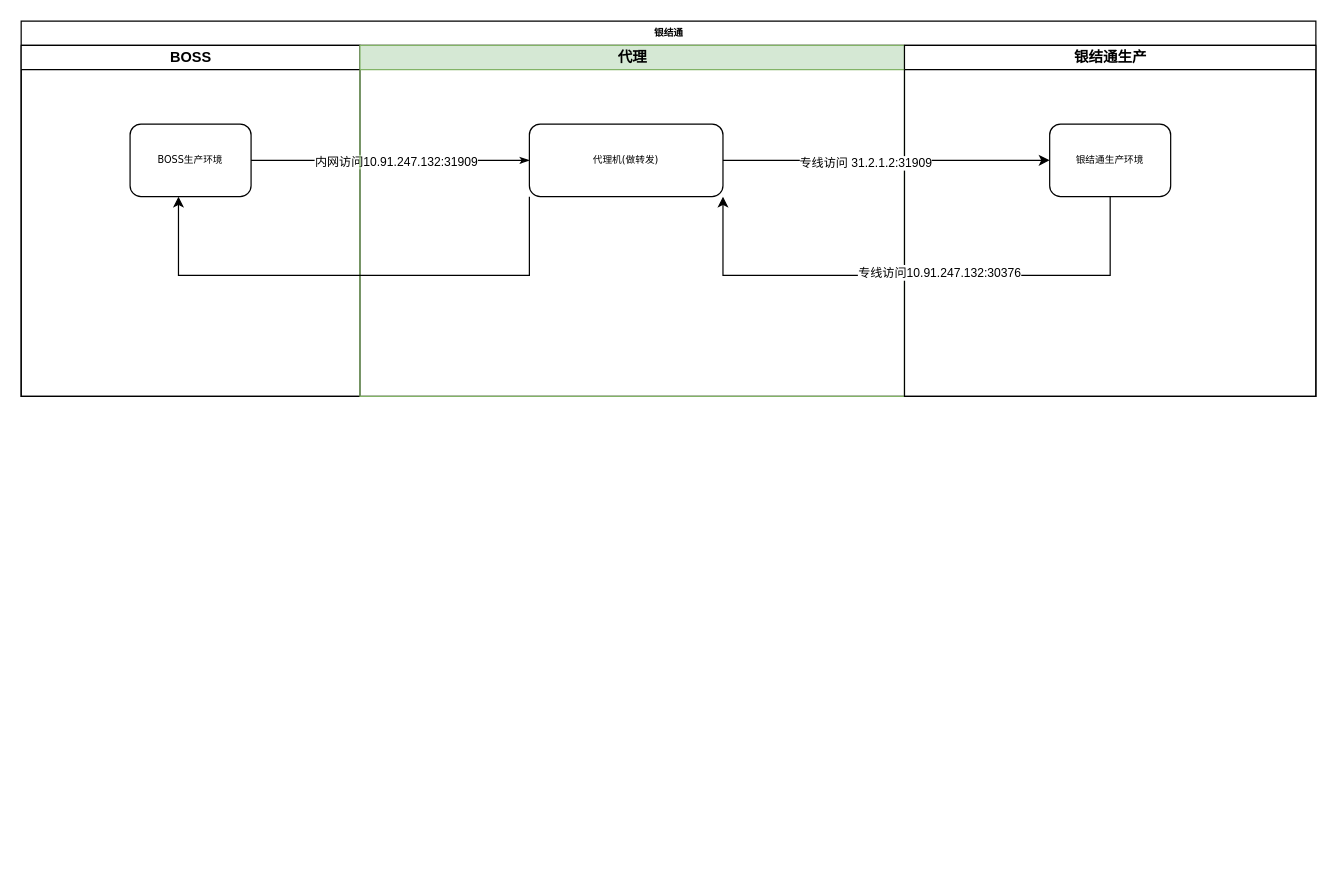
Before: 银结通.drawio in GitbookIO/gitbook, a draw.io diagram. Source tidied: cells renumbered, new cells numbered last; positions are measured from the earlier drawing's top-left corner, leaving out a move shared by most shapes. Both pictures are drawn from the tidied source at 121%, with x=0, y=0 at pixel (21, 21).
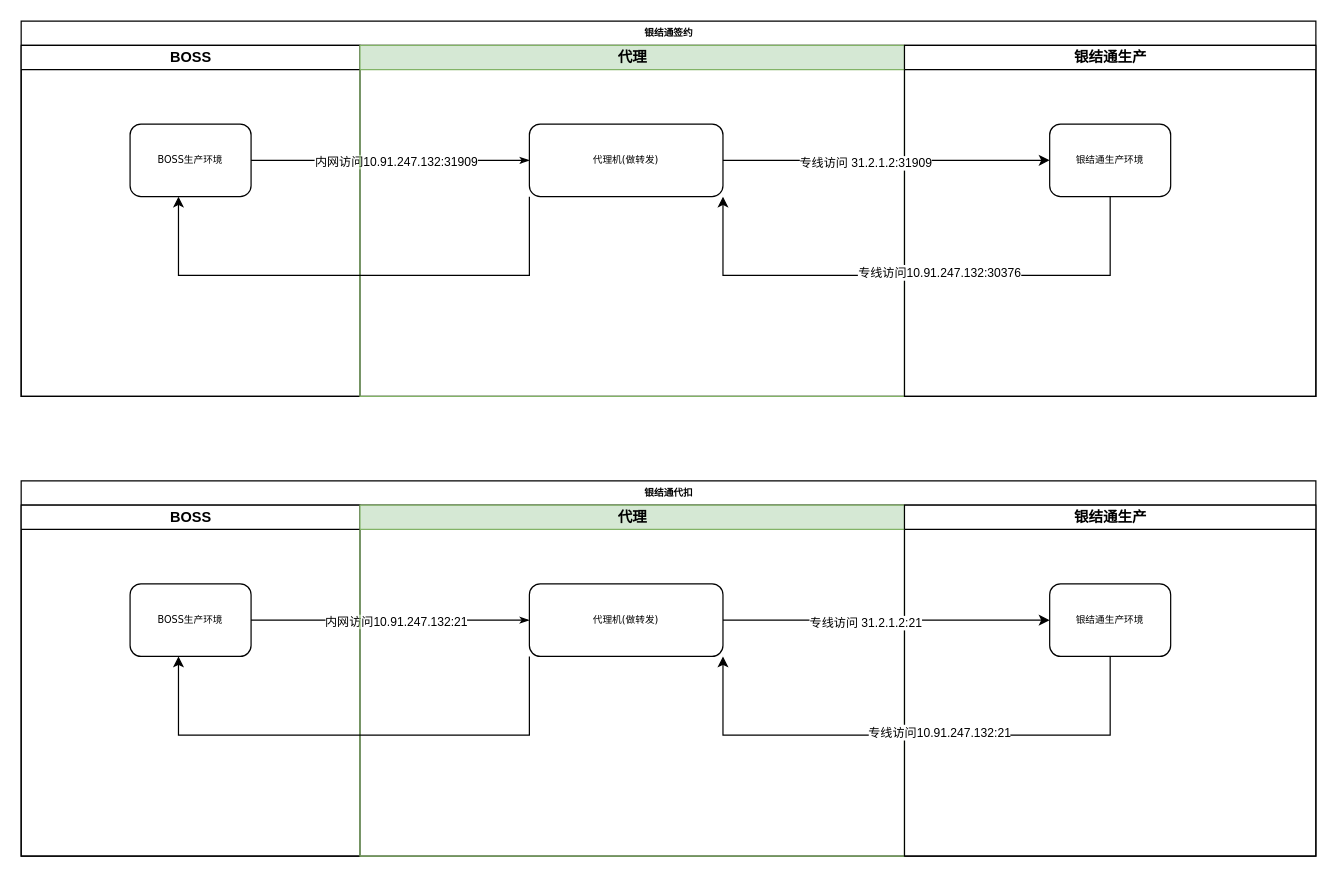
Above is the later version.

Commit message:
更新银结通.drawio

The edit, as a diff of the source:
```diff
@@
-    <mxCell id="2" value="银结通" style="swimlane;html=1;startSize=20;rounded=0;shadow=0;labelBackgroundColor=none;strokeWidth=1;fontFamily=Verdana;fontSize=8;align=center;" parent="1" vertex="1">
+    <mxCell id="2" value="银结通签约" style="swimlane;html=1;startSize=20;rounded=0;shadow=0;labelBackgroundColor=none;strokeWidth=1;fontFamily=Verdana;fontSize=8;align=center;" parent="1" vertex="1">
       <mxGeometry width="1070" height="310" as="geometry" />
     </mxCell>
@@
+    <mxCell id="17" value="银结通代扣" style="swimlane;html=1;startSize=20;rounded=0;shadow=0;labelBackgroundColor=none;strokeWidth=1;fontFamily=Verdana;fontSize=8;align=center;" parent="1" vertex="1">
+      <mxGeometry y="380" width="1070" height="310" as="geometry" />
+    </mxCell>
+    <mxCell id="18" value="BOSS" style="swimlane;html=1;startSize=20;" parent="17" vertex="1">
+      <mxGeometry y="20" width="280" height="290" as="geometry" />
+    </mxCell>
+    <mxCell id="19" value="BOSS生产环境" style="rounded=1;whiteSpace=wrap;html=1;shadow=0;labelBackgroundColor=none;strokeWidth=1;fontFamily=Verdana;fontSize=8;align=center;" parent="18" vertex="1">
+      <mxGeometry x="90" y="65" width="100" height="60" as="geometry" />
+    </mxCell>
+    <mxCell id="20" style="edgeStyle=orthogonalEdgeStyle;rounded=1;html=1;labelBackgroundColor=none;startArrow=none;startFill=0;startSize=5;endArrow=classicThin;endFill=1;endSize=5;jettySize=auto;strokeWidth=1;fontFamily=Verdana;fontSize=8;" parent="17" edge="1" source="19" target="23">
+      <mxGeometry relative="1" as="geometry" />
+    </mxCell>
+    <mxCell id="21" value="内网访问10.91.247.132:21" style="edgeLabel;html=1;align=center;verticalAlign=middle;fontSize=10;" parent="20" vertex="1">
+      <mxGeometry x="0.18" y="1" relative="1" as="geometry">
+        <mxPoint x="-17" y="1" as="offset" />
+      </mxGeometry>
+    </mxCell>
+    <mxCell id="22" value="代理" style="swimlane;html=1;startSize=20;fillColor=#d5e8d4;strokeColor=#82b366;" parent="17" vertex="1">
+      <mxGeometry x="280" y="20" width="450" height="290" as="geometry" />
+    </mxCell>
+    <mxCell id="23" value="代理机(做转发)" style="rounded=1;whiteSpace=wrap;html=1;shadow=0;labelBackgroundColor=none;strokeWidth=1;fontFamily=Verdana;fontSize=8;align=center;" parent="22" vertex="1">
+      <mxGeometry x="140" y="65" width="160" height="60" as="geometry" />
+    </mxCell>
+    <mxCell id="24" style="endArrow=classic;html=1;rounded=0;exitX=0;exitY=1;exitDx=0;exitDy=0;" parent="22" edge="1" source="23">
+      <mxGeometry relative="1" as="geometry">
+        <mxPoint x="-150" y="125" as="targetPoint" />
+        <Array as="points">
+          <mxPoint x="140" y="190" />
+          <mxPoint x="-150" y="190" />
+        </Array>
+      </mxGeometry>
+    </mxCell>
+    <mxCell id="25" value="银结通生产" style="swimlane;html=1;startSize=20;" parent="17" vertex="1">
+      <mxGeometry x="730" y="20" width="340" height="290" as="geometry" />
+    </mxCell>
+    <mxCell id="26" value="银结通生产环境" style="rounded=1;whiteSpace=wrap;html=1;shadow=0;labelBackgroundColor=none;strokeWidth=1;fontFamily=Verdana;fontSize=8;align=center;" parent="25" vertex="1">
+      <mxGeometry x="120" y="65" width="100" height="60" as="geometry" />
+    </mxCell>
+    <mxCell id="27" style="endArrow=classic;html=1;rounded=0;fontSize=10;entryX=0;entryY=0.5;entryDx=0;entryDy=0;exitX=1;exitY=0.5;exitDx=0;exitDy=0;" parent="17" edge="1" source="23" target="26">
+      <mxGeometry relative="1" as="geometry" />
+    </mxCell>
+    <mxCell id="28" value="专线访问 31.2.1.2:21" style="edgeLabel;html=1;align=center;verticalAlign=middle;fontSize=10;" parent="27" vertex="1">
+      <mxGeometry x="-0.13" y="-1" relative="1" as="geometry" />
+    </mxCell>
+    <mxCell id="29" style="endArrow=classic;html=1;rounded=0;entryX=1;entryY=1;entryDx=0;entryDy=0;exitX=0.5;exitY=1;exitDx=0;exitDy=0;" parent="17" edge="1" source="26" target="23">
+      <mxGeometry relative="1" as="geometry">
+        <Array as="points">
+          <mxPoint x="900" y="210" />
+          <mxPoint x="580" y="210" />
+        </Array>
+      </mxGeometry>
+    </mxCell>
+    <mxCell id="30" style="edgeLabel;html=1;align=center;verticalAlign=middle;" parent="29" vertex="1">
+      <mxGeometry x="-0.09" y="-1" relative="1" as="geometry" />
+    </mxCell>
+    <mxCell id="31" value="&lt;span style=&quot;font-size: 10px;&quot;&gt;专线访问&lt;/span&gt;&lt;span style=&quot;font-size: 10px;&quot;&gt;10.91.247.132:21&lt;/span&gt;" style="edgeLabel;html=1;align=center;verticalAlign=middle;" parent="29" vertex="1">
+      <mxGeometry x="-0.08" y="-3" relative="1" as="geometry" />
+    </mxCell>
```
